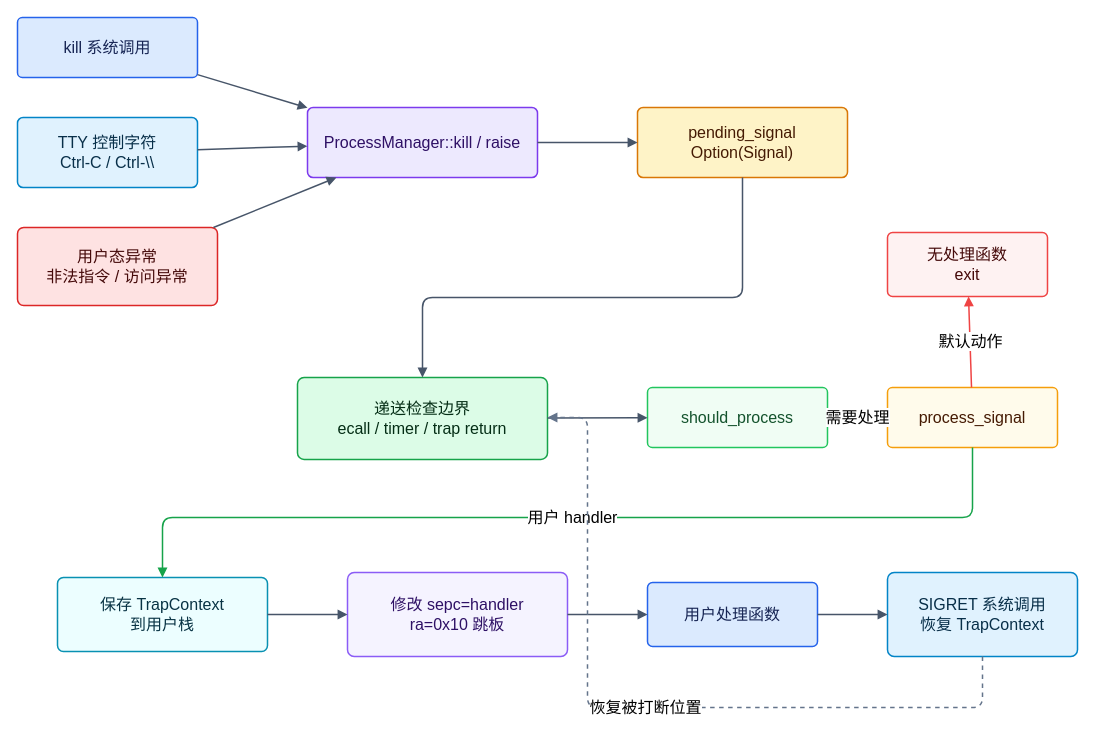
Above: figures/signal-delivery.drawio in greatbridf/Thesis (draw.io), before the change. Source tidied: cells renumbered, new cells numbered last; positions are measured from the earlier drawing's top-left corner, leaving out a move shared by most shapes. Both pictures are drawn from the tidied source at 100%, with x=0, y=0 at pixel (17, 17).
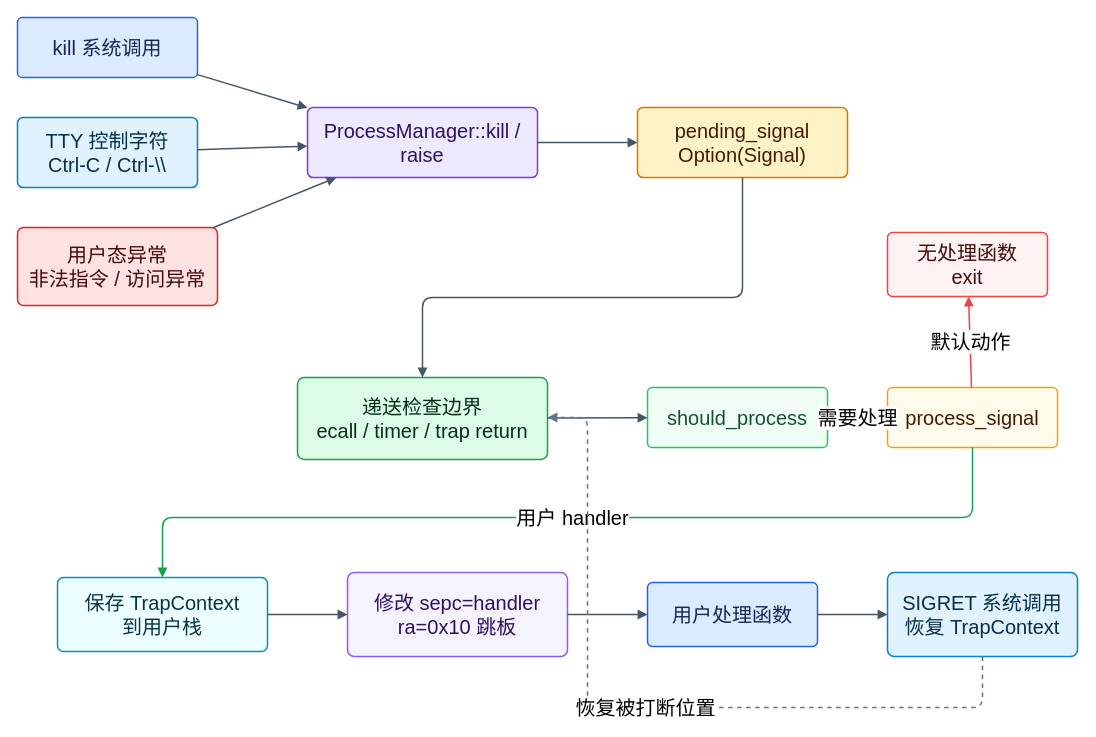
The same page after the edit.

Diff of the diagram source:
```diff
@@
-    <mxCell id="2" value="kill 系统调用" style="rounded=1;whiteSpace=wrap;html=1;fillColor=#dbeafe;strokeColor=#2563eb;fontColor=#172554;arcSize=8;strokeWidth=1.5;fontSize=16;" parent="1" vertex="1">
+    <mxCell id="2" value="kill 系统调用" style="rounded=1;whiteSpace=wrap;html=1;fillColor=#dbeafe;strokeColor=#2563eb;fontColor=#172554;arcSize=8;strokeWidth=1.5;fontSize=20;" parent="1" vertex="1">
       <mxGeometry width="180" height="60" as="geometry" />
     </mxCell>
-    <mxCell id="3" value="TTY 控制字符&lt;br&gt;Ctrl-C / Ctrl-\\" style="rounded=1;whiteSpace=wrap;html=1;fillColor=#e0f2fe;strokeColor=#0284c7;fontColor=#082f49;arcSize=8;strokeWidth=1.5;fontSize=16;" parent="1" vertex="1">
+    <mxCell id="3" value="TTY 控制字符&lt;br&gt;Ctrl-C / Ctrl-\\" style="rounded=1;whiteSpace=wrap;html=1;fillColor=#e0f2fe;strokeColor=#0284c7;fontColor=#082f49;arcSize=8;strokeWidth=1.5;fontSize=20;" parent="1" vertex="1">
       <mxGeometry y="100" width="180" height="70" as="geometry" />
     </mxCell>
-    <mxCell id="4" value="用户态异常&lt;br&gt;非法指令 / 访问异常" style="rounded=1;whiteSpace=wrap;html=1;fillColor=#fee2e2;strokeColor=#dc2626;fontColor=#450a0a;arcSize=8;strokeWidth=1.5;fontSize=16;" parent="1" vertex="1">
+    <mxCell id="4" value="用户态异常&lt;br&gt;非法指令 / 访问异常" style="rounded=1;whiteSpace=wrap;html=1;fillColor=#fee2e2;strokeColor=#dc2626;fontColor=#450a0a;arcSize=8;strokeWidth=1.5;fontSize=20;" parent="1" vertex="1">
       <mxGeometry y="210" width="200" height="78" as="geometry" />
     </mxCell>
-    <mxCell id="5" value="ProcessManager::kill / raise" style="rounded=1;whiteSpace=wrap;html=1;fillColor=#ede9fe;strokeColor=#7c3aed;fontColor=#2e1065;arcSize=8;strokeWidth=1.5;fontSize=16;" parent="1" vertex="1">
+    <mxCell id="5" value="ProcessManager::kill / raise" style="rounded=1;whiteSpace=wrap;html=1;fillColor=#ede9fe;strokeColor=#7c3aed;fontColor=#2e1065;arcSize=8;strokeWidth=1.5;fontSize=20;" parent="1" vertex="1">
       <mxGeometry x="290" y="90" width="230" height="70" as="geometry" />
     </mxCell>
-    <mxCell id="6" value="pending_signal&lt;br&gt;Option(Signal)" style="rounded=1;whiteSpace=wrap;html=1;fillColor=#fef3c7;strokeColor=#d97706;fontColor=#451a03;arcSize=8;strokeWidth=1.5;fontSize=16;" parent="1" vertex="1">
+    <mxCell id="6" value="pending_signal&lt;br&gt;Option(Signal)" style="rounded=1;whiteSpace=wrap;html=1;fillColor=#fef3c7;strokeColor=#d97706;fontColor=#451a03;arcSize=8;strokeWidth=1.5;fontSize=20;" parent="1" vertex="1">
       <mxGeometry x="620" y="90" width="210" height="70" as="geometry" />
     </mxCell>
-    <mxCell id="7" value="递送检查边界&lt;br&gt;ecall / timer / trap return" style="rounded=1;whiteSpace=wrap;html=1;fillColor=#dcfce7;strokeColor=#16a34a;fontColor=#052e16;arcSize=8;strokeWidth=1.5;fontSize=16;" parent="1" vertex="1">
+    <mxCell id="7" value="递送检查边界&lt;br&gt;ecall / timer / trap return" style="rounded=1;whiteSpace=wrap;html=1;fillColor=#dcfce7;strokeColor=#16a34a;fontColor=#052e16;arcSize=8;strokeWidth=1.5;fontSize=20;" parent="1" vertex="1">
       <mxGeometry x="280" y="360" width="250" height="82" as="geometry" />
     </mxCell>
-    <mxCell id="8" value="should_process" style="rounded=1;whiteSpace=wrap;html=1;fillColor=#f0fdf4;strokeColor=#22c55e;fontColor=#14532d;arcSize=8;strokeWidth=1.5;fontSize=16;" parent="1" vertex="1">
+    <mxCell id="8" value="should_process" style="rounded=1;whiteSpace=wrap;html=1;fillColor=#f0fdf4;strokeColor=#22c55e;fontColor=#14532d;arcSize=8;strokeWidth=1.5;fontSize=20;" parent="1" vertex="1">
       <mxGeometry x="630" y="370" width="180" height="60" as="geometry" />
     </mxCell>
-    <mxCell id="9" value="process_signal" style="rounded=1;whiteSpace=wrap;html=1;fillColor=#fffbeb;strokeColor=#f59e0b;fontColor=#451a03;arcSize=8;strokeWidth=1.5;fontSize=16;" parent="1" vertex="1">
+    <mxCell id="9" value="process_signal" style="rounded=1;whiteSpace=wrap;html=1;fillColor=#fffbeb;strokeColor=#f59e0b;fontColor=#451a03;arcSize=8;strokeWidth=1.5;fontSize=20;" parent="1" vertex="1">
       <mxGeometry x="870" y="370" width="170" height="60" as="geometry" />
     </mxCell>
-    <mxCell id="10" value="无处理函数&lt;br&gt;exit" style="rounded=1;whiteSpace=wrap;html=1;fillColor=#fef2f2;strokeColor=#ef4444;fontColor=#450a0a;arcSize=8;strokeWidth=1.5;fontSize=16;" parent="1" vertex="1">
+    <mxCell id="10" value="无处理函数&lt;br&gt;exit" style="rounded=1;whiteSpace=wrap;html=1;fillColor=#fef2f2;strokeColor=#ef4444;fontColor=#450a0a;arcSize=8;strokeWidth=1.5;fontSize=20;" parent="1" vertex="1">
       <mxGeometry x="870" y="215" width="160" height="64" as="geometry" />
     </mxCell>
-    <mxCell id="11" value="保存 TrapContext&lt;br&gt;到用户栈" style="rounded=1;whiteSpace=wrap;html=1;fillColor=#ecfeff;strokeColor=#0891b2;fontColor=#083344;arcSize=8;strokeWidth=1.5;fontSize=16;" parent="1" vertex="1">
+    <mxCell id="11" value="保存 TrapContext&lt;br&gt;到用户栈" style="rounded=1;whiteSpace=wrap;html=1;fillColor=#ecfeff;strokeColor=#0891b2;fontColor=#083344;arcSize=8;strokeWidth=1.5;fontSize=20;" parent="1" vertex="1">
       <mxGeometry x="40" y="560" width="210" height="74" as="geometry" />
     </mxCell>
-    <mxCell id="12" value="修改 sepc=handler&lt;br&gt;ra=0x10 跳板" style="rounded=1;whiteSpace=wrap;html=1;fillColor=#f5f3ff;strokeColor=#8b5cf6;fontColor=#2e1065;arcSize=8;strokeWidth=1.5;fontSize=16;" parent="1" vertex="1">
+    <mxCell id="12" value="修改 sepc=handler&lt;br&gt;ra=0x10 跳板" style="rounded=1;whiteSpace=wrap;html=1;fillColor=#f5f3ff;strokeColor=#8b5cf6;fontColor=#2e1065;arcSize=8;strokeWidth=1.5;fontSize=20;" parent="1" vertex="1">
       <mxGeometry x="330" y="555" width="220" height="84" as="geometry" />
     </mxCell>
-    <mxCell id="13" value="用户处理函数" style="rounded=1;whiteSpace=wrap;html=1;fillColor=#dbeafe;strokeColor=#2563eb;fontColor=#172554;arcSize=8;strokeWidth=1.5;fontSize=16;" parent="1" vertex="1">
+    <mxCell id="13" value="用户处理函数" style="rounded=1;whiteSpace=wrap;html=1;fillColor=#dbeafe;strokeColor=#2563eb;fontColor=#172554;arcSize=8;strokeWidth=1.5;fontSize=20;" parent="1" vertex="1">
       <mxGeometry x="630" y="565" width="170" height="64" as="geometry" />
     </mxCell>
-    <mxCell id="14" value="SIGRET 系统调用&lt;br&gt;恢复 TrapContext" style="rounded=1;whiteSpace=wrap;html=1;fillColor=#e0f2fe;strokeColor=#0284c7;fontColor=#082f49;arcSize=8;strokeWidth=1.5;fontSize=16;" parent="1" vertex="1">
+    <mxCell id="14" value="SIGRET 系统调用&lt;br&gt;恢复 TrapContext" style="rounded=1;whiteSpace=wrap;html=1;fillColor=#e0f2fe;strokeColor=#0284c7;fontColor=#082f49;arcSize=8;strokeWidth=1.5;fontSize=20;" parent="1" vertex="1">
       <mxGeometry x="870" y="555" width="190" height="84" as="geometry" />
     </mxCell>
@@
-    <mxCell id="21" value="需要处理" style="endArrow=block;html=1;strokeColor=#16a34a;strokeWidth=1.5;fontSize=16;" parent="1" edge="1" source="8" target="9">
+    <mxCell id="21" value="需要处理" style="endArrow=block;html=1;strokeColor=#16a34a;strokeWidth=1.5;fontSize=20;" parent="1" edge="1" source="8" target="9">
       <mxGeometry relative="1" as="geometry" />
     </mxCell>
-    <mxCell id="22" value="默认动作" style="endArrow=block;html=1;strokeColor=#ef4444;strokeWidth=1.5;fontSize=16;" parent="1" edge="1" source="9" target="10">
+    <mxCell id="22" value="默认动作" style="endArrow=block;html=1;strokeColor=#ef4444;strokeWidth=1.5;fontSize=20;" parent="1" edge="1" source="9" target="10">
       <mxGeometry relative="1" as="geometry" />
     </mxCell>
-    <mxCell id="23" value="用户 handler" style="endArrow=block;html=1;strokeColor=#16a34a;strokeWidth=1.5;fontSize=16;" parent="1" edge="1" source="9" target="11">
+    <mxCell id="23" value="用户 handler" style="endArrow=block;html=1;strokeColor=#16a34a;strokeWidth=1.5;fontSize=20;" parent="1" edge="1" source="9" target="11">
       <mxGeometry relative="1" as="geometry">
         <Array as="points">
           <mxPoint x="955" y="500" />
           <mxPoint x="145" y="500" />
         </Array>
       </mxGeometry>
     </mxCell>
@@
-    <mxCell id="27" value="恢复被打断位置" style="edgeStyle=orthogonalEdgeStyle;rounded=1;endArrow=block;html=1;strokeColor=#64748b;strokeWidth=1.5;dashed=1;fontSize=16;" parent="1" edge="1" source="14" target="7">
+    <mxCell id="27" value="恢复被打断位置" style="edgeStyle=orthogonalEdgeStyle;rounded=1;endArrow=block;html=1;strokeColor=#64748b;strokeWidth=1.5;dashed=1;fontSize=20;" parent="1" edge="1" source="14" target="7">
       <mxGeometry relative="1" as="geometry">
         <Array as="points">
           <mxPoint x="965" y="690" />
           <mxPoint x="570" y="690" />
           <mxPoint x="570" y="400" />
         </Array>
       </mxGeometry>
     </mxCell>
```
